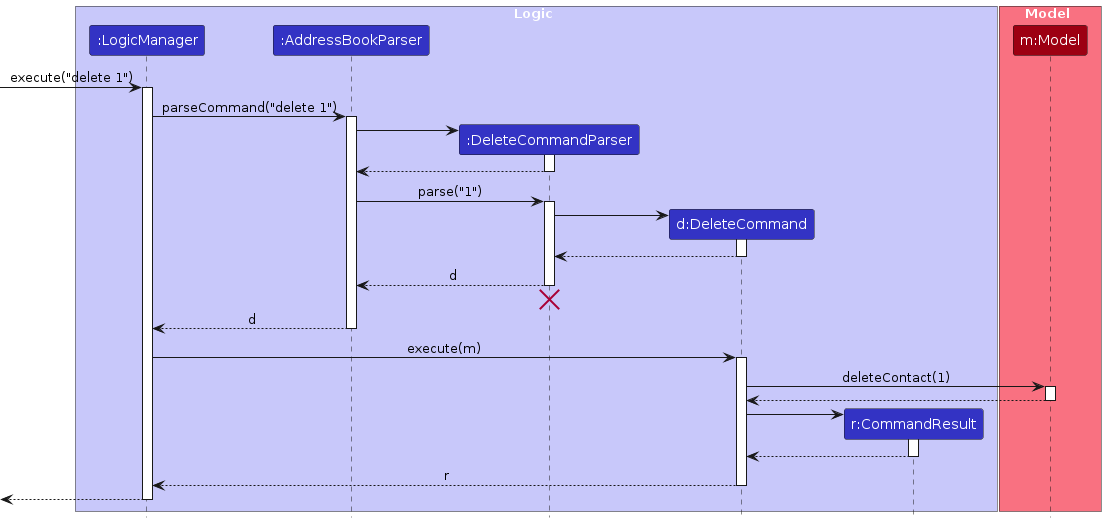
Earlier version of the PlantUML export diagrams/DeleteSequenceDiagram.png (AY2526S2-CS2103T-T10-1/tp). Its source is kept beside it as diagrams/DeleteSequenceDiagram.puml.
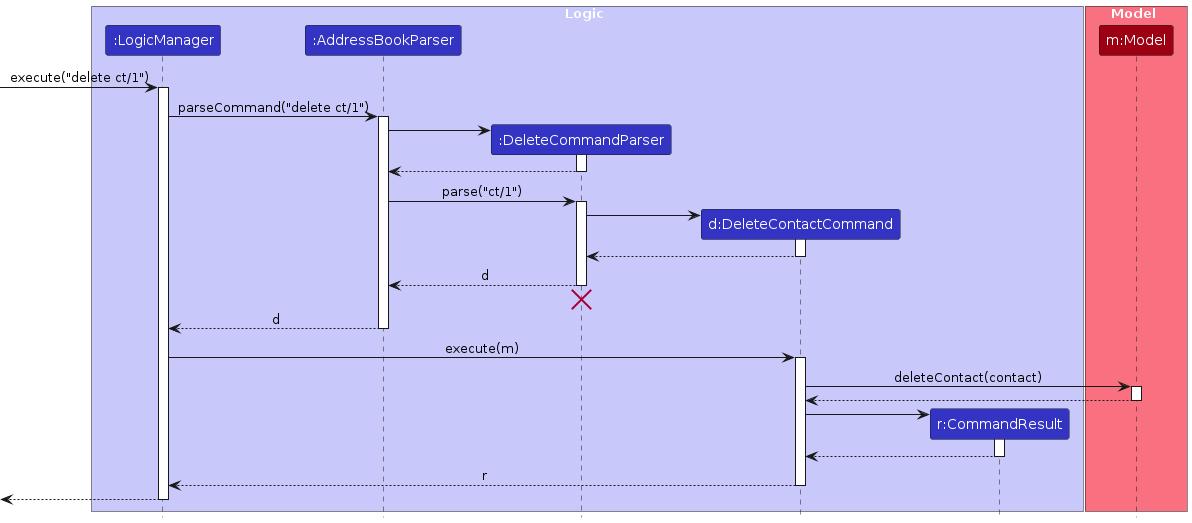
Later version of the same file.

Change to the diagram source:
```diff
@@ -6,7 +6,7 @@
 participant ":LogicManager" as LogicManager LOGIC_COLOR
 participant ":AddressBookParser" as AddressBookParser LOGIC_COLOR
 participant ":DeleteCommandParser" as DeleteCommandParser LOGIC_COLOR
-participant "d:DeleteCommand" as DeleteCommand LOGIC_COLOR
+participant "d:DeleteContactCommand" as DeleteCommand LOGIC_COLOR
 participant "r:CommandResult" as CommandResult LOGIC_COLOR
 end box
 
@@ -14,10 +14,10 @@
 participant "m:Model" as Model MODEL_COLOR
 end box
 
-[-> LogicManager : execute("delete 1")
+[-> LogicManager : execute("delete ct/1")
 activate LogicManager
 
-LogicManager -> AddressBookParser : parseCommand("delete 1")
+LogicManager -> AddressBookParser : parseCommand("delete ct/1")
 activate AddressBookParser
 
 create DeleteCommandParser
@@ -27,7 +27,7 @@
 DeleteCommandParser --> AddressBookParser
 deactivate DeleteCommandParser
 
-AddressBookParser -> DeleteCommandParser : parse("1")
+AddressBookParser -> DeleteCommandParser : parse("ct/1")
 activate DeleteCommandParser
 
 create DeleteCommand
@@ -48,7 +48,7 @@
 LogicManager -> DeleteCommand : execute(m)
 activate DeleteCommand
 
-DeleteCommand -> Model : deleteContact(1)
+DeleteCommand -> Model : deleteContact(contact)
 activate Model
 
 Model --> DeleteCommand
```
